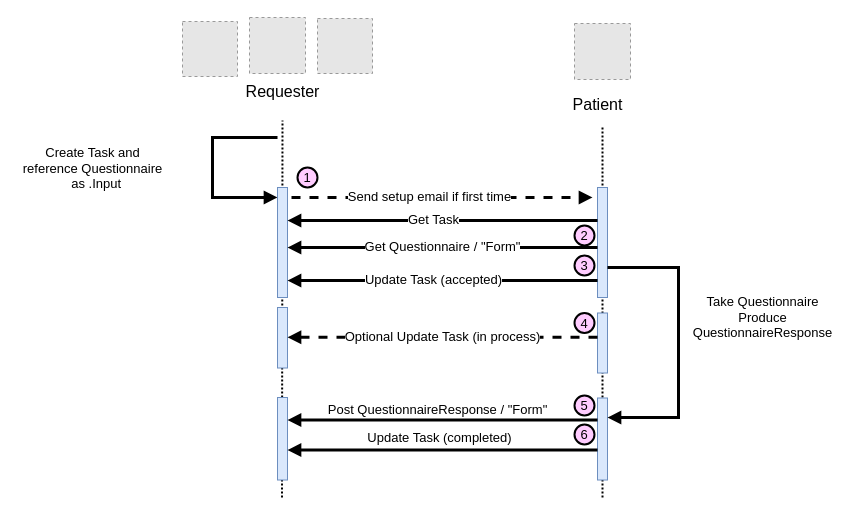
This is Images Source/PatientQuestionnaire.drawio from HL7/fhir-sdoh-clinicalcare, a draw.io file, before an edit. Source tidied: cells renumbered, new cells numbered last; positions are measured from the earlier drawing's top-left corner, leaving out a move shared by most shapes. Both pictures are drawn from the tidied source at 100%, with x=0, y=0 at pixel (17, 17). Pictures stored in the file or linked from it are replaced by grey dashed boxes.
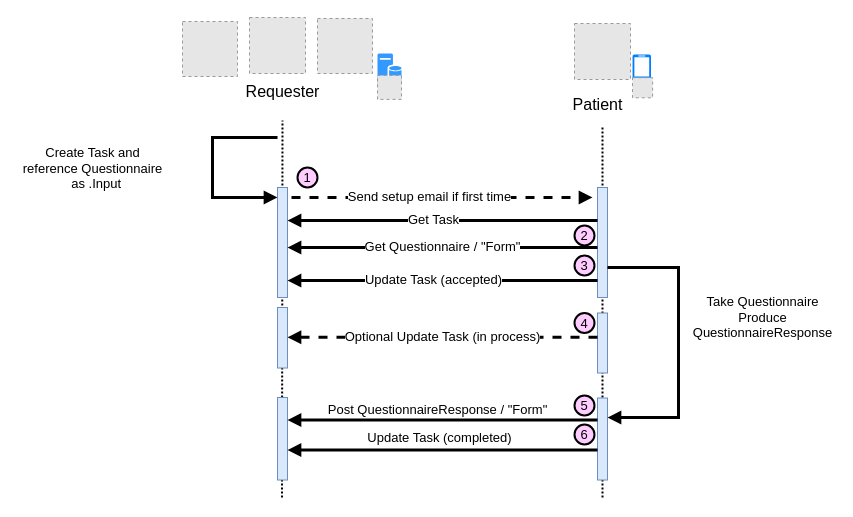
After the change.

What changed in the source:
```diff
@@
+    <mxCell id="34" style="group;" parent="1" vertex="1">
+      <mxGeometry x="360" y="36" width="24" height="54" as="geometry" />
+    </mxCell>
+    <mxCell id="35" style="sketch=0;shadow=0;dashed=0;html=1;strokeColor=none;labelPosition=center;verticalLabelPosition=bottom;verticalAlign=top;align=center;fillColor=#3399FF;shape=mxgraph.mscae.enterprise.database_server;fontSize=12;fontColor=#990000;" parent="34" vertex="1">
+      <mxGeometry width="24" height="31.6" as="geometry" />
+    </mxCell>
+    <mxCell id="36" style="fillColor=#E6E6E6;strokeColor=#999999;dashed=1;verticalLabelPosition=bottom;verticalAlign=top;fontSize=13;fontColor=#000066;" parent="34" vertex="1">
+      <mxGeometry y="21.9" width="24" height="24" as="geometry" />
+    </mxCell>
+    <mxCell id="37" style="group;" parent="1" vertex="1">
+      <mxGeometry x="615" y="37" width="22" height="53.5" as="geometry" />
+    </mxCell>
+    <mxCell id="38" style="sketch=0;shadow=0;dashed=0;html=1;strokeColor=none;labelPosition=center;verticalLabelPosition=bottom;verticalAlign=top;align=center;fillColor=#007FFF;shape=mxgraph.azure.mobile;fontSize=12;fontColor=#990000;" parent="37" vertex="1">
+      <mxGeometry width="18.5" height="26.5" as="geometry" />
+    </mxCell>
+    <mxCell id="39" style="fillColor=#E6E6E6;strokeColor=#999999;dashed=1;verticalLabelPosition=bottom;verticalAlign=top;fontSize=13;fontColor=#000066;" parent="37" vertex="1">
+      <mxGeometry y="23.2" width="20.1" height="20.1" as="geometry" />
+    </mxCell>
```
